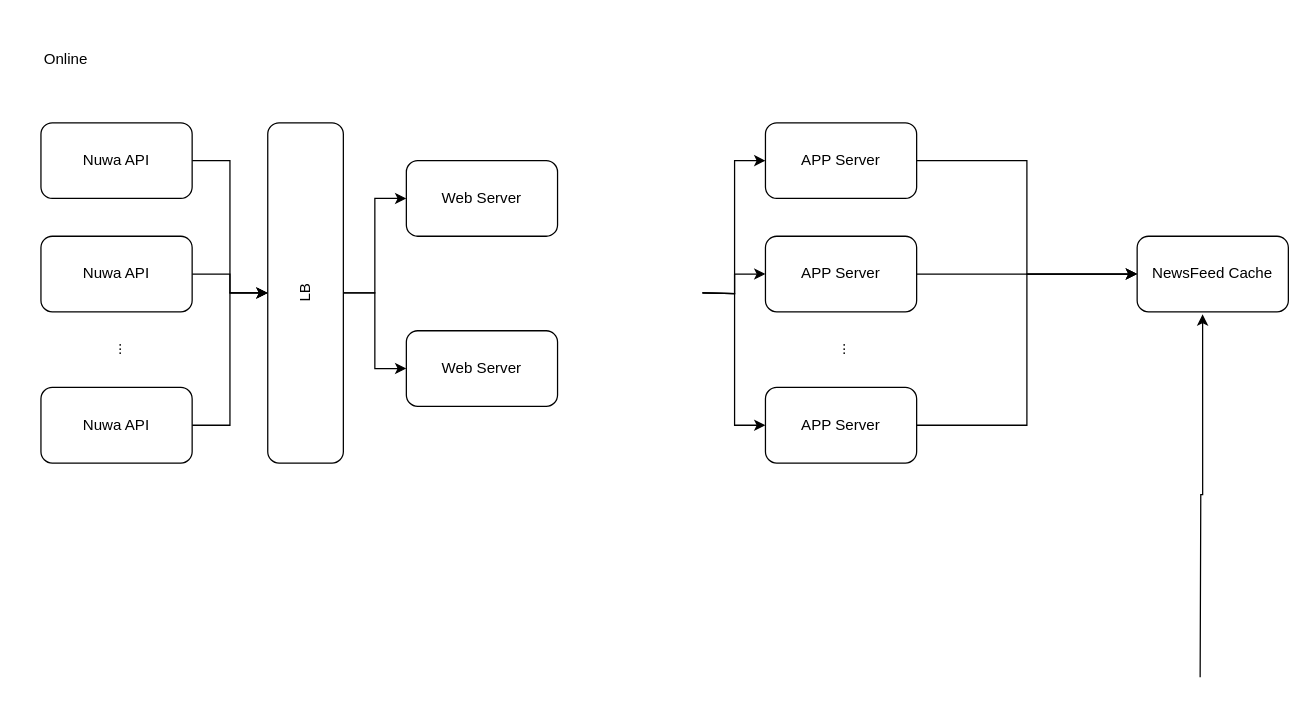
This is drawios/Oaknut design.drawio from whmou/component-archs, a draw.io file, before an edit. Source tidied: cells renumbered, new cells numbered last; positions are measured from the earlier drawing's top-left corner, leaving out a move shared by most shapes. Both pictures are drawn from the tidied source at 126%, with x=0, y=0 at pixel (40, 47).
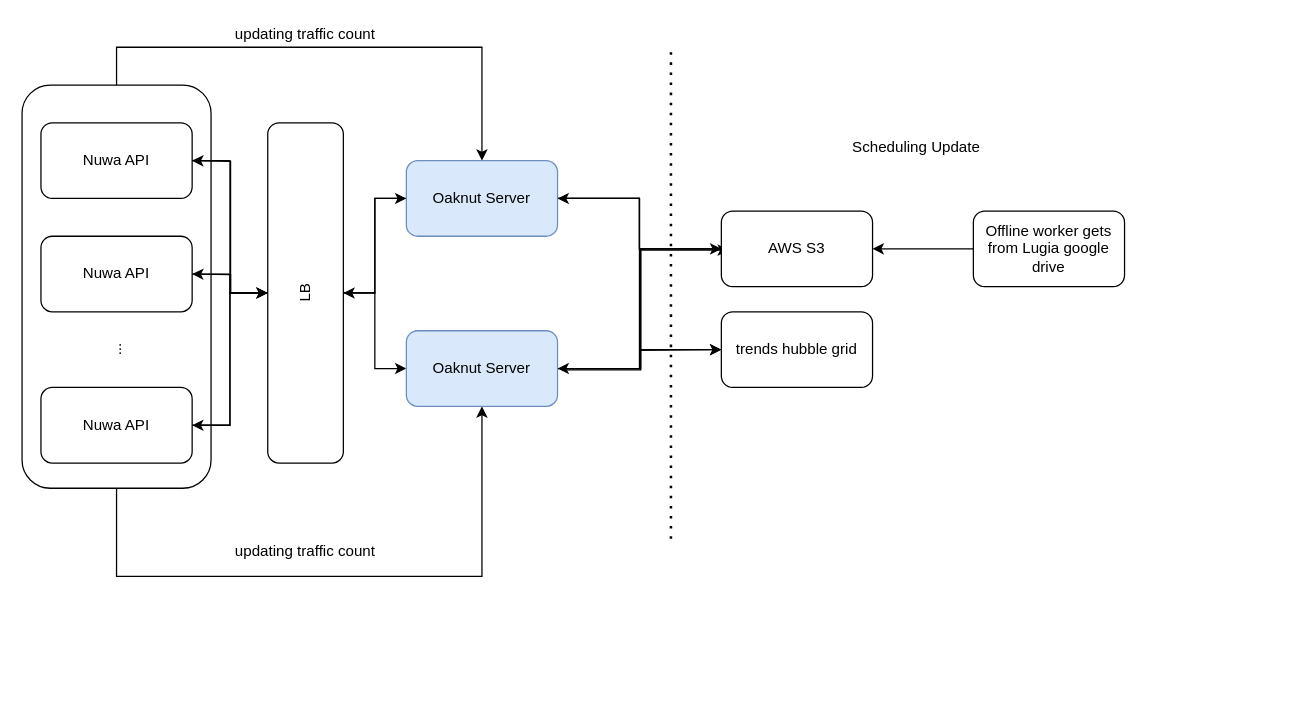
Above is the later version.

The change refers to these unchanged cells:
```xml
<mxCell id="7" value="Nuwa API" style="rounded=1;whiteSpace=wrap;html=1;" parent="1" vertex="1">
  <mxGeometry y="270" width="120" height="60" as="geometry" />
</mxCell>
<mxCell id="11" value="LB" style="rounded=1;whiteSpace=wrap;html=1;rotation=-90;" parent="1" vertex="1">
  <mxGeometry x="75" y="165" width="270" height="60" as="geometry" />
</mxCell>
```

What changed in the source:
```diff
@@
+    <mxCell id="27" style="edgeStyle=orthogonalEdgeStyle;rounded=0;jettySize=auto;html=1;entryX=0.5;entryY=1;entryDx=0;entryDy=0;" parent="1" edge="1" source="29" target="13">
+      <mxGeometry relative="1" as="geometry">
+        <Array as="points">
+          <mxPoint x="60" y="420" />
+          <mxPoint x="350" y="420" />
+        </Array>
+      </mxGeometry>
+    </mxCell>
+    <mxCell id="28" style="edgeStyle=orthogonalEdgeStyle;rounded=0;jettySize=auto;html=1;entryX=0.5;entryY=0;entryDx=0;entryDy=0;" parent="1" edge="1" source="29" target="12">
+      <mxGeometry relative="1" as="geometry">
+        <Array as="points">
+          <mxPoint x="60" />
+          <mxPoint x="350" />
+        </Array>
+      </mxGeometry>
+    </mxCell>
+    <mxCell id="29" style="rounded=1;whiteSpace=wrap;html=1;" parent="1" vertex="1">
+      <mxGeometry x="-15" y="30" width="150" height="320" as="geometry" />
+    </mxCell>
@@
+    <mxCell id="30" style="edgeStyle=orthogonalEdgeStyle;rounded=0;jettySize=auto;html=1;" parent="1" edge="1" source="11">
+      <mxGeometry relative="1" as="geometry">
+        <mxPoint x="120" y="90" as="targetPoint" />
+      </mxGeometry>
+    </mxCell>
+    <mxCell id="31" style="edgeStyle=orthogonalEdgeStyle;rounded=0;jettySize=auto;html=1;" parent="1" edge="1" source="11">
+      <mxGeometry relative="1" as="geometry">
+        <mxPoint x="120" y="180" as="targetPoint" />
+      </mxGeometry>
+    </mxCell>
+    <mxCell id="32" style="edgeStyle=orthogonalEdgeStyle;rounded=0;jettySize=auto;html=1;entryX=1;entryY=0.5;entryDx=0;entryDy=0;" parent="1" edge="1" source="11" target="7">
+      <mxGeometry relative="1" as="geometry" />
+    </mxCell>
@@
+    <mxCell id="33" style="edgeStyle=orthogonalEdgeStyle;rounded=0;jettySize=auto;html=1;exitX=1;exitY=0.5;exitDx=0;exitDy=0;" parent="1" edge="1" source="12" target="40">
+      <mxGeometry relative="1" as="geometry" />
+    </mxCell>
+    <mxCell id="34" style="edgeStyle=orthogonalEdgeStyle;rounded=0;jettySize=auto;html=1;entryX=0;entryY=0.5;entryDx=0;entryDy=0;" parent="1" edge="1" source="12" target="41">
+      <mxGeometry relative="1" as="geometry" />
+    </mxCell>
+    <mxCell id="35" style="edgeStyle=orthogonalEdgeStyle;rounded=0;jettySize=auto;html=1;entryX=0.5;entryY=1;entryDx=0;entryDy=0;" parent="1" edge="1" source="12" target="11">
+      <mxGeometry relative="1" as="geometry" />
+    </mxCell>
-    <mxCell id="12" value="Web Server" style="rounded=1;whiteSpace=wrap;html=1;" parent="1" vertex="1">
+    <mxCell id="12" value="Oaknut Server" style="rounded=1;whiteSpace=wrap;html=1;fillColor=#dae8fc;strokeColor=#6c8ebf;" parent="1" vertex="1">
       <mxGeometry x="290" y="90" width="120" height="60" as="geometry" />
     </mxCell>
+    <mxCell id="36" style="edgeStyle=orthogonalEdgeStyle;rounded=0;orthogonalLoop=1;jettySize=auto;html=1;exitX=1;exitY=0.5;exitDx=0;exitDy=0;entryX=0;entryY=0.5;entryDx=0;entryDy=0;" parent="1" edge="1">
+      <mxGeometry relative="1" as="geometry">
+        <mxPoint x="416" y="256" as="sourcePoint" />
+        <mxPoint x="546" y="161" as="targetPoint" />
+        <Array as="points">
+          <mxPoint x="476" y="256" />
+          <mxPoint x="476" y="161" />
+        </Array>
+      </mxGeometry>
+    </mxCell>
+    <mxCell id="37" style="edgeStyle=orthogonalEdgeStyle;rounded=0;jettySize=auto;html=1;exitX=1;exitY=0.5;exitDx=0;exitDy=0;" parent="1" edge="1" source="13">
+      <mxGeometry relative="1" as="geometry">
+        <mxPoint x="540" y="240" as="targetPoint" />
+      </mxGeometry>
+    </mxCell>
-    <mxCell id="13" value="Web Server" style="rounded=1;whiteSpace=wrap;html=1;" parent="1" vertex="1">
+    <mxCell id="13" value="Oaknut&amp;nbsp;Server" style="rounded=1;whiteSpace=wrap;html=1;fillColor=#dae8fc;strokeColor=#6c8ebf;" parent="1" vertex="1">
       <mxGeometry x="290" y="225" width="120" height="60" as="geometry" />
     </mxCell>
-    <mxCell id="14" style="edgeStyle=orthogonalEdgeStyle;rounded=0;jettySize=auto;html=1;entryX=0;entryY=0.5;entryDx=0;entryDy=0;" parent="1" edge="1" target="18">
-      <mxGeometry relative="1" as="geometry">
-        <mxPoint x="525" y="195" as="sourcePoint" />
-      </mxGeometry>
-    </mxCell>
-    <mxCell id="15" style="edgeStyle=orthogonalEdgeStyle;rounded=0;jettySize=auto;html=1;entryX=0;entryY=0.5;entryDx=0;entryDy=0;" parent="1" edge="1" target="20">
-      <mxGeometry relative="1" as="geometry">
-        <mxPoint x="525" y="195" as="sourcePoint" />
-      </mxGeometry>
-    </mxCell>
-    <mxCell id="16" style="edgeStyle=orthogonalEdgeStyle;rounded=0;jettySize=auto;html=1;entryX=0;entryY=0.5;entryDx=0;entryDy=0;" parent="1" edge="1" target="22">
-      <mxGeometry relative="1" as="geometry">
-        <mxPoint x="525" y="195" as="sourcePoint" />
-      </mxGeometry>
-    </mxCell>
-    <mxCell id="17" style="edgeStyle=orthogonalEdgeStyle;rounded=0;jettySize=auto;html=1;entryX=0;entryY=0.5;entryDx=0;entryDy=0;" parent="1" edge="1" source="18" target="24">
-      <mxGeometry relative="1" as="geometry" />
-    </mxCell>
-    <mxCell id="18" value="APP Server" style="rounded=1;whiteSpace=wrap;html=1;" parent="1" vertex="1">
-      <mxGeometry x="575" y="60" width="120" height="60" as="geometry" />
-    </mxCell>
-    <mxCell id="19" style="edgeStyle=orthogonalEdgeStyle;rounded=0;jettySize=auto;html=1;entryX=0;entryY=0.5;entryDx=0;entryDy=0;" parent="1" edge="1" source="20" target="24">
-      <mxGeometry relative="1" as="geometry" />
-    </mxCell>
-    <mxCell id="20" value="APP Server" style="rounded=1;whiteSpace=wrap;html=1;" parent="1" vertex="1">
-      <mxGeometry x="575" y="150" width="120" height="60" as="geometry" />
-    </mxCell>
-    <mxCell id="21" style="edgeStyle=orthogonalEdgeStyle;rounded=0;jettySize=auto;html=1;entryX=0;entryY=0.5;entryDx=0;entryDy=0;" parent="1" edge="1" source="22" target="24">
-      <mxGeometry relative="1" as="geometry" />
-    </mxCell>
-    <mxCell id="22" value="APP Server" style="rounded=1;whiteSpace=wrap;html=1;" parent="1" vertex="1">
-      <mxGeometry x="575" y="270" width="120" height="60" as="geometry" />
-    </mxCell>
-    <mxCell id="23" value="..." style="text;html=1;strokeColor=none;fillColor=none;align=center;verticalAlign=middle;whiteSpace=wrap;rounded=0;rotation=-90;" parent="1" vertex="1">
-      <mxGeometry x="615" y="230" width="40" height="20" as="geometry" />
-    </mxCell>
-    <mxCell id="24" value="NewsFeed Cache" style="rounded=1;whiteSpace=wrap;html=1;" parent="1" vertex="1">
-      <mxGeometry x="870" y="150" width="120" height="60" as="geometry" />
-    </mxCell>
-    <mxCell id="25" value="Online" style="text;html=1;strokeColor=none;fillColor=none;align=center;verticalAlign=middle;whiteSpace=wrap;rounded=0;" parent="1" vertex="1">
-      <mxGeometry width="40" height="20" as="geometry" />
-    </mxCell>
-    <mxCell id="26" style="edgeStyle=orthogonalEdgeStyle;rounded=0;jettySize=auto;html=1;entryX=0.433;entryY=1.033;entryDx=0;entryDy=0;entryPerimeter=0;" parent="1" edge="1" target="24">
-      <mxGeometry relative="1" as="geometry">
-        <mxPoint x="920" y="500" as="sourcePoint" />
-      </mxGeometry>
-    </mxCell>
+    <mxCell id="38" style="edgeStyle=orthogonalEdgeStyle;rounded=0;jettySize=auto;html=1;" parent="1" edge="1" source="40" target="12">
+      <mxGeometry relative="1" as="geometry" />
+    </mxCell>
+    <mxCell id="39" style="edgeStyle=orthogonalEdgeStyle;rounded=0;jettySize=auto;html=1;entryX=1;entryY=0.5;entryDx=0;entryDy=0;" parent="1" edge="1" source="40" target="13">
+      <mxGeometry relative="1" as="geometry">
+        <Array as="points">
+          <mxPoint x="476" y="160" />
+          <mxPoint x="476" y="255" />
+        </Array>
+      </mxGeometry>
+    </mxCell>
+    <mxCell id="40" value="AWS S3" style="rounded=1;whiteSpace=wrap;html=1;" parent="1" vertex="1">
+      <mxGeometry x="540" y="130" width="120" height="60" as="geometry" />
+    </mxCell>
+    <mxCell id="41" value="trends hubble grid" style="rounded=1;whiteSpace=wrap;html=1;" parent="1" vertex="1">
+      <mxGeometry x="540" y="210" width="120" height="60" as="geometry" />
+    </mxCell>
+    <mxCell id="42" value="updating traffic count" style="text;html=1;strokeColor=none;fillColor=none;align=center;verticalAlign=middle;whiteSpace=wrap;rounded=0;" parent="1" vertex="1">
+      <mxGeometry x="150" y="390" width="120" height="20" as="geometry" />
+    </mxCell>
+    <mxCell id="43" value="updating traffic count" style="text;html=1;strokeColor=none;fillColor=none;align=center;verticalAlign=middle;whiteSpace=wrap;rounded=0;" parent="1" vertex="1">
+      <mxGeometry x="150" y="-20" width="120" height="20" as="geometry" />
+    </mxCell>
+    <mxCell id="44" style="edgeStyle=orthogonalEdgeStyle;rounded=0;jettySize=auto;html=1;" parent="1" edge="1" source="45" target="40">
+      <mxGeometry relative="1" as="geometry" />
+    </mxCell>
+    <mxCell id="45" value="Offline worker gets from Lugia google drive" style="whiteSpace=wrap;html=1;rounded=1;" parent="1" vertex="1">
+      <mxGeometry x="740" y="130" width="120" height="60" as="geometry" />
+    </mxCell>
+    <mxCell id="46" style="endArrow=none;dashed=1;html=1;dashPattern=1 3;strokeWidth=2;" parent="1" edge="1">
+      <mxGeometry relative="1" as="geometry">
+        <mxPoint x="500" y="390" as="sourcePoint" />
+        <mxPoint x="500" as="targetPoint" />
+      </mxGeometry>
+    </mxCell>
+    <mxCell id="47" value="Scheduling Update" style="text;html=1;strokeColor=none;fillColor=none;align=center;verticalAlign=middle;whiteSpace=wrap;rounded=0;" parent="1" vertex="1">
+      <mxGeometry x="640" y="70" width="110" height="20" as="geometry" />
+    </mxCell>
```
